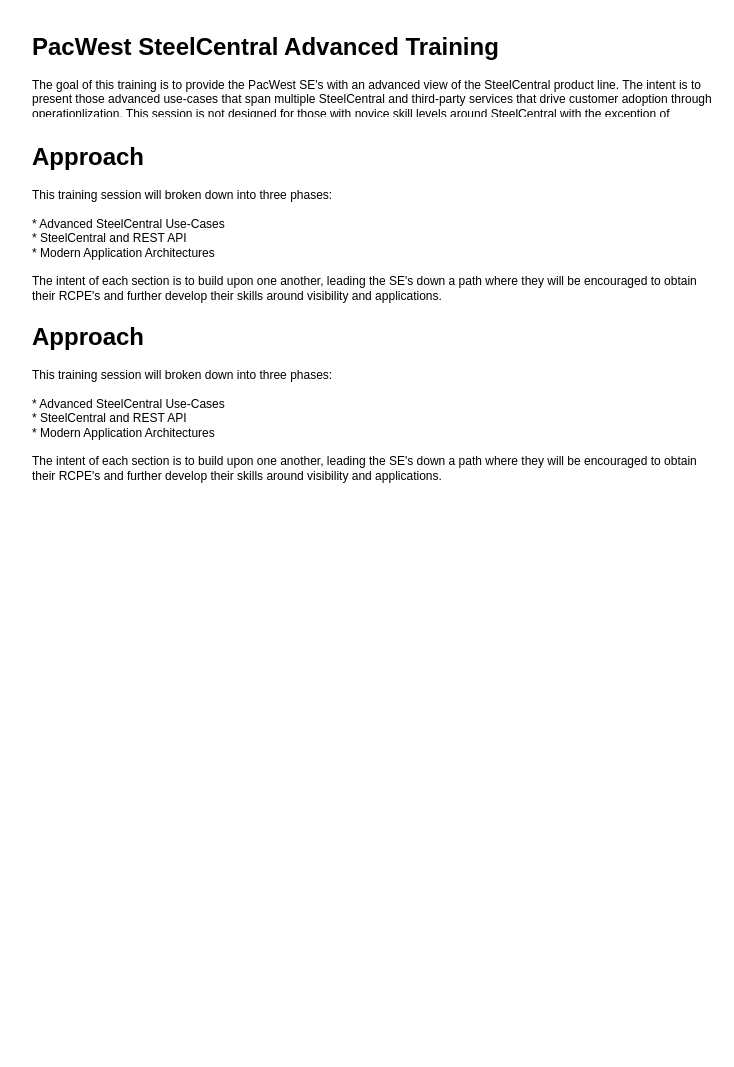
The draw.io diagram page "Page-1" (1 of 2) of Untitled Diagram.drawio in alexanderklee/rvbd, before the edit. Source tidied: cells renumbered, new cells numbered last; positions are measured from the earlier drawing's top-left corner, leaving out a move shared by most shapes. Both pictures are drawn from the tidied source at 100%, with x=0, y=0 at pixel (27, 27).
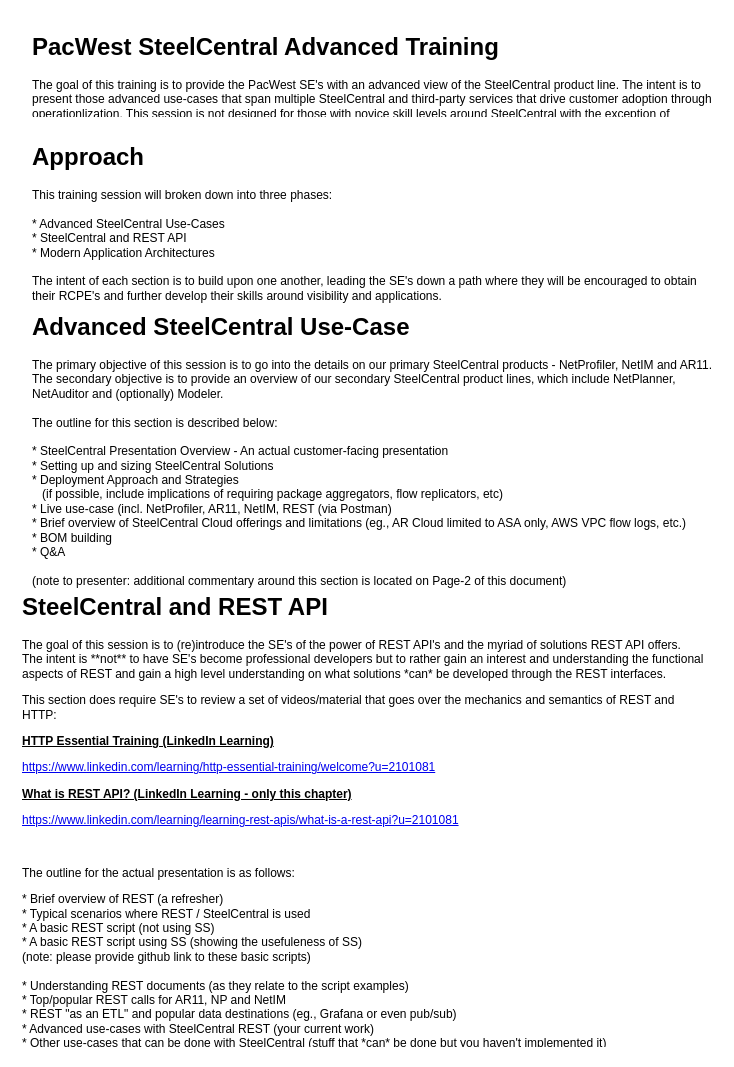
Above is the later version.

The edit, as a diff of the source:
```diff
@@
 <mxGraphModel>
   <root>
     <mxCell id="0" />
     <mxCell id="1" parent="0" />
     <mxCell id="2" value="&lt;h1&gt;PacWest SteelCentral Advanced Training&lt;/h1&gt;&lt;p&gt;The goal of this training is to provide the PacWest SE's with an advanced view of the SteelCentral product line. The intent is to present those advanced use-cases that span multiple SteelCentral and third-party services that drive customer adoption through operationlization. This session is not designed for those with novice skill levels around SteelCentral with the exception of SteelScript and REST API development.&amp;nbsp;&lt;/p&gt;" style="text;html=1;strokeColor=none;fillColor=none;spacing=5;spacingTop=-20;whiteSpace=wrap;overflow=hidden;rounded=0;" parent="1" vertex="1">
       <mxGeometry width="690" height="90" as="geometry" />
     </mxCell>
     <mxCell id="3" value="&lt;h1&gt;Approach&lt;/h1&gt;&lt;div&gt;This training session will broken down into three phases:&amp;nbsp;&lt;/div&gt;&lt;div&gt;&lt;br&gt;&lt;/div&gt;&lt;div&gt;* Advanced SteelCentral Use-Cases&lt;/div&gt;&lt;div&gt;* SteelCentral and REST API&lt;/div&gt;&lt;div&gt;* Modern Application Architectures&lt;/div&gt;&lt;div&gt;&lt;br&gt;&lt;/div&gt;&lt;div&gt;The intent of each section is to build upon one another, leading the SE's down a path where they will be encouraged to obtain their RCPE's and further develop their skills around visibility and applications.&amp;nbsp;&lt;/div&gt;&lt;p&gt;&lt;br&gt;&lt;/p&gt;" style="text;html=1;strokeColor=none;fillColor=none;spacing=5;spacingTop=-20;whiteSpace=wrap;overflow=hidden;rounded=0;" parent="1" vertex="1">
       <mxGeometry y="110" width="690" height="190" as="geometry" />
     </mxCell>
-    <mxCell id="4" value="&lt;h1&gt;Approach&lt;/h1&gt;&lt;div&gt;This training session will broken down into three phases:&amp;nbsp;&lt;/div&gt;&lt;div&gt;&lt;br&gt;&lt;/div&gt;&lt;div&gt;* Advanced SteelCentral Use-Cases&lt;/div&gt;&lt;div&gt;* SteelCentral and REST API&lt;/div&gt;&lt;div&gt;* Modern Application Architectures&lt;/div&gt;&lt;div&gt;&lt;br&gt;&lt;/div&gt;&lt;div&gt;The intent of each section is to build upon one another, leading the SE's down a path where they will be encouraged to obtain their RCPE's and further develop their skills around visibility and applications.&amp;nbsp;&lt;/div&gt;&lt;p&gt;&lt;br&gt;&lt;/p&gt;" style="text;html=1;strokeColor=none;fillColor=none;spacing=5;spacingTop=-20;whiteSpace=wrap;overflow=hidden;rounded=0;" parent="1" vertex="1">
-      <mxGeometry y="290" width="690" height="190" as="geometry" />
+    <mxCell id="4" value="&lt;h1&gt;&lt;span&gt;Advanced SteelCentral Use-Case&lt;/span&gt;&lt;/h1&gt;&lt;div&gt;The primary objective of this session is to go into the details on our primary SteelCentral products - NetProfiler, NetIM and AR11. The secondary objective is to provide an overview of our secondary SteelCentral product lines, which include NetPlanner, NetAuditor and (optionally) Modeler.&lt;/div&gt;&lt;div&gt;&lt;br&gt;&lt;/div&gt;&lt;div&gt;The outline for this section is described below:&lt;/div&gt;&lt;div&gt;&lt;br&gt;&lt;/div&gt;&lt;div&gt;* SteelCentral Presentation Overview - An actual customer-facing presentation&lt;/div&gt;&lt;div&gt;* Setting up and sizing SteelCentral Solutions&lt;/div&gt;&lt;div&gt;* Deployment Approach and Strategies&lt;br&gt;&amp;nbsp; &amp;nbsp;(if possible, include implications of requiring package aggregators, flow replicators, etc)&lt;/div&gt;&lt;div&gt;* Live use-case (incl. NetProfiler, AR11, NetIM, REST (via Postman)&lt;br&gt;* Brief overview of SteelCentral Cloud offerings and limitations (eg., AR Cloud limited to ASA only, AWS VPC flow logs, etc.)&lt;/div&gt;&lt;div&gt;* BOM building&lt;/div&gt;&lt;div&gt;* Q&amp;amp;A&lt;/div&gt;&lt;div&gt;&lt;br&gt;&lt;/div&gt;&lt;div&gt;(note to presenter: additional commentary around this section is located on Page-2 of this document)&lt;/div&gt;&lt;div&gt;&lt;br&gt;&lt;/div&gt;&lt;div&gt;&lt;br&gt;&lt;/div&gt;&lt;div&gt;&lt;br&gt;&lt;/div&gt;&lt;div&gt;&lt;br&gt;&lt;/div&gt;&lt;p&gt;&lt;br&gt;&lt;/p&gt;" style="text;html=1;strokeColor=none;fillColor=none;spacing=5;spacingTop=-20;whiteSpace=wrap;overflow=hidden;rounded=0;" parent="1" vertex="1">
+      <mxGeometry y="280" width="690" height="330" as="geometry" />
     </mxCell>
+    <mxCell id="5" value="&lt;h1&gt;SteelCentral and REST API&lt;/h1&gt;&lt;p&gt;The goal of this session is to (re)introduce the SE's of the power of REST API's and the myriad of solutions REST API offers. The intent is **not** to have SE's become professional developers but to rather gain an interest and understanding the functional aspects of REST and gain a high level understanding on what solutions *can* be developed through the REST interfaces.&amp;nbsp;&lt;/p&gt;&lt;p&gt;This section does require SE's to review a set of videos/material that goes over the mechanics and semantics of REST and HTTP:&lt;/p&gt;&lt;p&gt;&lt;b&gt;&lt;u&gt;HTTP Essential Training (LinkedIn Learning)&lt;/u&gt;&lt;/b&gt;&lt;/p&gt;&lt;p&gt;&lt;a href=&quot;https://www.linkedin.com/learning/http-essential-training/welcome?u=2101081&quot;&gt;https://www.linkedin.com/learning/http-essential-training/welcome?u=2101081&lt;/a&gt;&lt;br&gt;&lt;/p&gt;&lt;p&gt;&lt;b&gt;&lt;u&gt;What is REST API? (LinkedIn Learning - only this chapter)&lt;/u&gt;&lt;/b&gt;&lt;/p&gt;&lt;p&gt;&lt;a href=&quot;https://www.linkedin.com/learning/learning-rest-apis/what-is-a-rest-api?u=2101081&quot;&gt;https://www.linkedin.com/learning/learning-rest-apis/what-is-a-rest-api?u=2101081&lt;/a&gt;&lt;br&gt;&lt;/p&gt;&lt;p&gt;&lt;br&gt;&lt;/p&gt;&lt;p&gt;The outline for the actual presentation is as follows:&amp;nbsp;&lt;/p&gt;&lt;p&gt;* Brief overview of REST (a refresher)&lt;br&gt;&lt;span&gt;* Typical scenarios where REST / SteelCentral is used&lt;br&gt;* A basic REST script (not using SS)&lt;br&gt;* A basic REST script using SS (showing the usefuleness of SS)&lt;br&gt;(note: please provide github link to these basic scripts)&lt;br&gt;&lt;br&gt;&lt;/span&gt;&lt;span&gt;* Understanding REST documents (as they relate to the script examples)&lt;br&gt;&lt;/span&gt;&lt;span&gt;* Top/popular REST calls for AR11, NP and NetIM&lt;br&gt;&lt;/span&gt;&lt;span&gt;* REST &quot;as an ETL&quot; and popular data destinations (eg., Grafana or even pub/sub)&lt;br&gt;&lt;/span&gt;&lt;span&gt;* Advanced use-cases with SteelCentral REST (your current work)&lt;br&gt;&lt;/span&gt;&lt;span&gt;* Other use-cases that can be done with SteelCentral (stuff that *can* be done but you haven't implemented it)&lt;/span&gt;&lt;/p&gt;&lt;p&gt;&lt;br&gt;&lt;/p&gt;" style="text;html=1;strokeColor=none;fillColor=none;spacing=5;spacingTop=-20;whiteSpace=wrap;overflow=hidden;rounded=0;" parent="1" vertex="1">
+      <mxGeometry x="-10" y="560" width="690" height="460" as="geometry" />
+    </mxCell>
   </root>
 </mxGraphModel>
```
